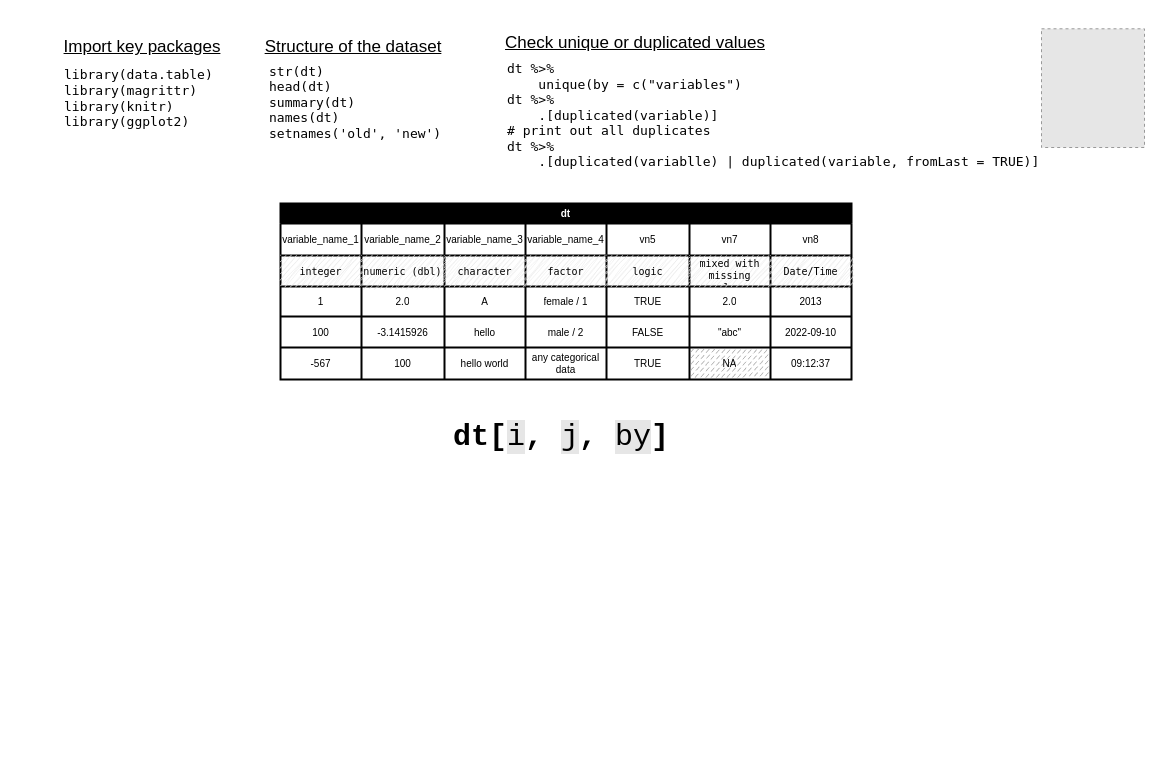
Above: page "Page-2" (1 of 2) of drawio/R-data-table-illustration.drawio in oceanumeric/data-science-go-small (draw.io), before the change. Source tidied: cells renumbered, new cells numbered last; positions are measured from the earlier drawing's top-left corner, leaving out a move shared by most shapes. Both pictures are drawn from the tidied source at 100%, with x=0, y=0 at pixel (17, 22). Pictures stored in the file or linked from it are replaced by grey dashed boxes.
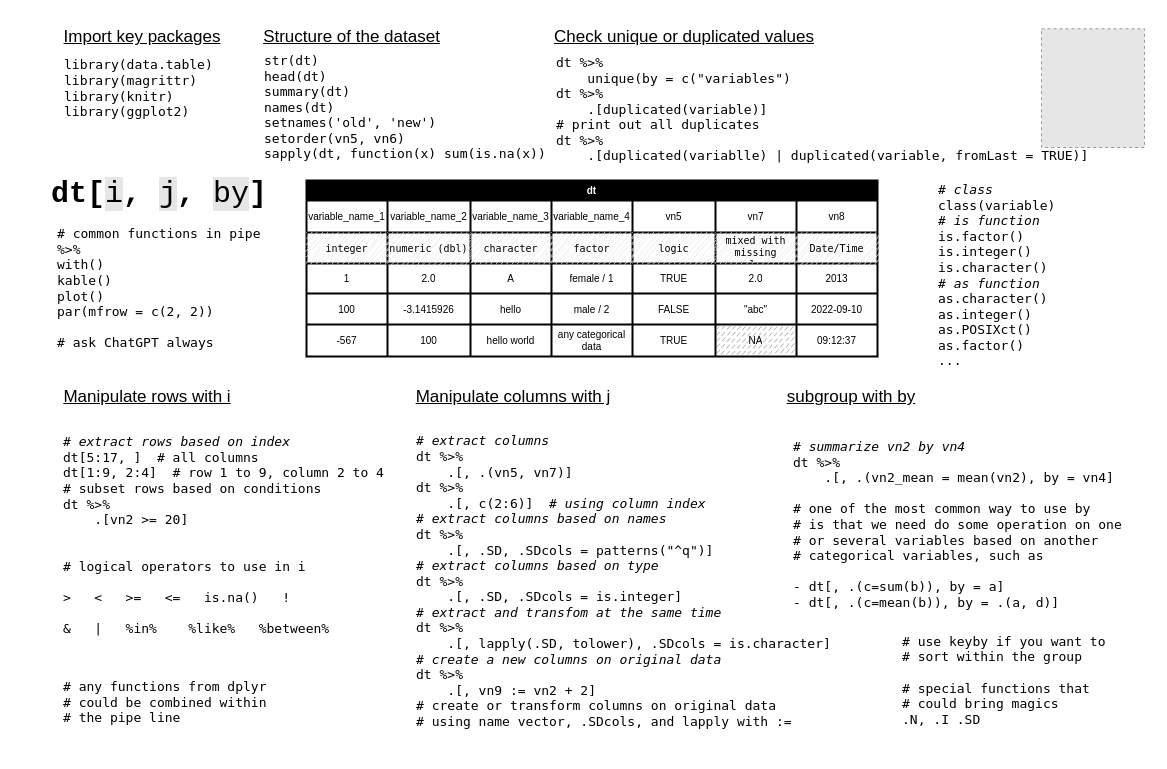
After the change.

Change to the diagram source:
```diff
@@
     <mxCell id="3" value="dt" style="shape=table;startSize=20;childLayout=tableLayout;fontStyle=1;align=center;fillStyle=auto;gradientColor=none;fillColor=#000000;swimlaneLine=1;strokeColor=#000000;fontSize=10;fontColor=#FFFFFF;strokeWidth=2;" parent="1" vertex="1">
-      <mxGeometry x="263" y="181" width="571" height="176" as="geometry" />
+      <mxGeometry x="289" y="158" width="571" height="176" as="geometry" />
     </mxCell>
@@
     <mxCell id="44" style="group;" parent="1" vertex="1">
-      <mxGeometry x="184" y="9" width="310" height="130" as="geometry" />
+      <mxGeometry x="178" y="4" width="350" height="131" as="geometry" />
     </mxCell>
     <mxCell id="45" value="Structure of the dataset" style="text;strokeColor=none;align=center;fillColor=none;html=1;verticalAlign=middle;whiteSpace=wrap;rounded=0;fontSize=17;fontColor=#000000;fontStyle=4;" parent="44" vertex="1">
-      <mxGeometry x="-3" width="310" height="31" as="geometry" />
+      <mxGeometry x="33" y="-5" width="246.6" height="31.2" as="geometry" />
     </mxCell>
-    <mxCell id="46" value="str(dt)&amp;nbsp;&lt;br style=&quot;font-size: 13px;&quot;&gt;head(dt)&lt;br style=&quot;font-size: 13px;&quot;&gt;summary(dt)&lt;br style=&quot;font-size: 13px;&quot;&gt;names(dt)&lt;br style=&quot;font-size: 13px;&quot;&gt;setnames('old', 'new')" style="text;strokeColor=none;align=left;fillColor=none;verticalAlign=middle;rounded=0;fontSize=13;fontColor=#000000;fontFamily=Lucida Console;labelBorderColor=none;labelBackgroundColor=none;whiteSpace=wrap;html=1;" parent="44" vertex="1">
-      <mxGeometry x="65.6" y="17.7" width="260.4" height="106.3" as="geometry" />
+    <mxCell id="46" value="str(dt)&amp;nbsp;&lt;br style=&quot;font-size: 13px;&quot;&gt;head(dt)&lt;br style=&quot;font-size: 13px;&quot;&gt;summary(dt)&lt;br style=&quot;font-size: 13px;&quot;&gt;names(dt)&lt;br style=&quot;font-size: 13px;&quot;&gt;setnames('old', 'new')&lt;br&gt;setorder(vn5, vn6)&lt;br&gt;sapply(dt, function(x) sum(is.na(x))" style="text;strokeColor=none;align=left;fillColor=none;verticalAlign=middle;rounded=0;fontSize=13;fontColor=#000000;fontFamily=Lucida Console;labelBorderColor=none;labelBackgroundColor=none;whiteSpace=wrap;html=1;" parent="44" vertex="1">
+      <mxGeometry x="67" y="27.2" width="294" height="107.1" as="geometry" />
     </mxCell>
     <mxCell id="47" style="group;" parent="1" vertex="1">
-      <mxGeometry x="4" y="10" width="252" height="127" as="geometry" />
+      <mxGeometry x="4" width="252" height="127" as="geometry" />
     </mxCell>
@@
-    <mxCell id="50" value="dt[&lt;span style=&quot;font-weight: normal; background-color: rgb(230, 230, 230);&quot;&gt;i&lt;/span&gt;, &lt;span style=&quot;font-weight: normal; background-color: rgb(230, 230, 230);&quot;&gt;j&lt;/span&gt;,&lt;span style=&quot;font-weight: normal;&quot;&gt; &lt;span style=&quot;background-color: rgb(230, 230, 230);&quot;&gt;by&lt;/span&gt;&lt;/span&gt;]" style="text;html=1;strokeColor=none;fillColor=none;align=left;verticalAlign=middle;whiteSpace=wrap;rounded=0;shadow=1;sketch=0;fillStyle=auto;fontSize=30;fontColor=#000000;fontFamily=Courier New;fontStyle=1;" parent="1" vertex="1">
-      <mxGeometry x="434" y="384" width="290" height="60" as="geometry" />
-    </mxCell>
     <mxCell id="51" style="group;" parent="1" vertex="1">
-      <mxGeometry x="468" y="0.5" width="570" height="147" as="geometry" />
+      <mxGeometry x="517" y="-5" width="616" height="147" as="geometry" />
     </mxCell>
@@
+    <mxCell id="54" value="Manipulate rows with i" style="text;strokeColor=none;align=center;fillColor=none;html=1;verticalAlign=middle;whiteSpace=wrap;rounded=0;fontSize=17;fontColor=#000000;fontStyle=4;" parent="1" vertex="1">
+      <mxGeometry x="35" y="355" width="190" height="40" as="geometry" />
+    </mxCell>
+    <mxCell id="55" value="&lt;i&gt;# extract rows based on index&lt;/i&gt;&lt;br&gt;dt[5:17, ]&amp;nbsp; # all columns&lt;br&gt;dt[1:9, 2:4]&amp;nbsp; # row 1 to 9, column 2 to 4&lt;br&gt;# subset rows based on conditions&lt;br&gt;dt %&amp;gt;%&lt;br&gt;&amp;nbsp; &amp;nbsp; .[vn2 &amp;gt;= 20]&lt;br&gt;&lt;br&gt;&lt;br&gt;# logical operators to use in i&lt;br&gt;&lt;br&gt;&amp;gt;&amp;nbsp; &amp;nbsp;&amp;lt;&amp;nbsp; &amp;nbsp;&amp;gt;=&amp;nbsp; &amp;nbsp;&amp;lt;=&amp;nbsp; &amp;nbsp;is.na()&amp;nbsp; &amp;nbsp;!&amp;nbsp;&lt;br&gt;&lt;br&gt;&amp;amp;&amp;nbsp; &amp;nbsp;|&amp;nbsp; &amp;nbsp;%in%&amp;nbsp; &amp;nbsp; %like%&amp;nbsp; &amp;nbsp;%between%" style="text;strokeColor=none;align=left;fillColor=none;verticalAlign=middle;rounded=0;fontSize=13;fontColor=#000000;fontFamily=Lucida Console;labelBorderColor=none;labelBackgroundColor=none;whiteSpace=wrap;html=1;" parent="1" vertex="1">
+      <mxGeometry x="44" y="408" width="379" height="210" as="geometry" />
+    </mxCell>
+    <mxCell id="56" value="subgroup with by" style="text;strokeColor=none;align=center;fillColor=none;html=1;verticalAlign=middle;whiteSpace=wrap;rounded=0;fontSize=17;fontColor=#000000;fontStyle=4;" parent="1" vertex="1">
+      <mxGeometry x="684" y="355" width="300" height="40" as="geometry" />
+    </mxCell>
+    <mxCell id="57" value="&lt;i&gt;# summarize vn2 by vn4&lt;/i&gt;&lt;br&gt;dt %&amp;gt;%&lt;br&gt;&amp;nbsp; &amp;nbsp; .[, .(vn2_mean = mean(vn2), by = vn4]&lt;br&gt;&lt;br&gt;# one of the most common way to use by&lt;br&gt;# is that we need do some operation on one # or several variables based on another&lt;br&gt;# categorical variables, such as&lt;br&gt;&lt;br&gt;- dt[, .(c=sum(b)), by = a]&lt;br&gt;- dt[, .(c=mean(b)), by = .(a, d)]&lt;br&gt;&lt;br&gt;&lt;br&gt;&lt;br&gt;&lt;br&gt;&lt;br&gt;&lt;br&gt;" style="text;strokeColor=none;align=left;fillColor=none;verticalAlign=middle;rounded=0;fontSize=13;fontColor=#000000;fontFamily=Lucida Console;labelBorderColor=none;labelBackgroundColor=none;whiteSpace=wrap;html=1;" parent="1" vertex="1">
+      <mxGeometry x="774" y="499" width="340.4" height="100" as="geometry" />
+    </mxCell>
+    <mxCell id="58" style="group;" parent="1" vertex="1">
+      <mxGeometry x="345.5" y="355" width="481.5" height="369" as="geometry" />
+    </mxCell>
+    <mxCell id="59" value="Manipulate columns with j" style="text;strokeColor=none;align=center;fillColor=none;html=1;verticalAlign=middle;whiteSpace=wrap;rounded=0;fontSize=17;fontColor=#000000;fontStyle=4;" parent="58" vertex="1">
+      <mxGeometry width="300" height="40" as="geometry" />
+    </mxCell>
+    <mxCell id="60" value="&lt;i&gt;# extract columns&lt;/i&gt;&lt;br&gt;dt %&amp;gt;%&lt;br&gt;&amp;nbsp; &amp;nbsp; .[, .(vn5, vn7)]&lt;br&gt;dt %&amp;gt;%&lt;br&gt;&amp;nbsp; &amp;nbsp; .[, c(2:6)]&amp;nbsp; &lt;i&gt;# using column index&lt;/i&gt;&lt;br&gt;&lt;i&gt;# extract columns based on names&lt;/i&gt;&lt;br&gt;dt %&amp;gt;%&lt;br&gt;&amp;nbsp; &amp;nbsp; .[, .SD, .SDcols = patterns(&quot;^q&quot;)]&lt;br&gt;&lt;i&gt;# extract columns based on type&lt;/i&gt;&lt;br&gt;dt %&amp;gt;%&lt;br&gt;&amp;nbsp; &amp;nbsp; .[, .SD, .SDcols = is.integer]&lt;br&gt;&lt;i&gt;# extract and transfom at the same time&lt;/i&gt;&lt;br&gt;dt %&amp;gt;%&lt;br&gt;&amp;nbsp; &amp;nbsp; .[, lapply(.SD, tolower), .SDcols = is.character]&amp;nbsp;&lt;br&gt;&lt;i&gt;# create a new columns on original data&lt;/i&gt;&lt;br&gt;dt %&amp;gt;%&lt;br&gt;&amp;nbsp; &amp;nbsp; .[, vn9 := vn2 + 2]&lt;br&gt;# create or transform columns on original data&lt;br&gt;# using name vector, .SDcols, and lapply with :=&amp;nbsp;" style="text;strokeColor=none;align=left;fillColor=none;verticalAlign=middle;rounded=0;fontSize=13;fontColor=#000000;fontFamily=Lucida Console;labelBorderColor=none;labelBackgroundColor=none;html=1;spacing=2;whiteSpace=wrap;" parent="58" vertex="1">
+      <mxGeometry x="51.5" y="39" width="430" height="330" as="geometry" />
+    </mxCell>
+    <mxCell id="61" value="&lt;i&gt;# class&lt;/i&gt;&lt;br&gt;class(variable)&lt;br&gt;&lt;i&gt;# is function&lt;/i&gt;&lt;br&gt;is.factor()&lt;br&gt;is.integer()&lt;br&gt;is.character()&lt;br&gt;&lt;i&gt;# as function&lt;/i&gt;&lt;br&gt;as.character()&lt;br&gt;as.integer()&lt;br&gt;as.POSIXct()&lt;br&gt;as.factor()&lt;br&gt;..." style="text;strokeColor=none;align=left;fillColor=none;verticalAlign=middle;rounded=0;fontSize=13;fontColor=#000000;fontFamily=Lucida Console;labelBorderColor=none;labelBackgroundColor=none;whiteSpace=wrap;html=1;" parent="1" vertex="1">
+      <mxGeometry x="919" y="200" width="130" height="106.3" as="geometry" />
+    </mxCell>
+    <mxCell id="50" value="dt[&lt;span style=&quot;font-weight: normal; background-color: rgb(230, 230, 230);&quot;&gt;i&lt;/span&gt;, &lt;span style=&quot;font-weight: normal; background-color: rgb(230, 230, 230);&quot;&gt;j&lt;/span&gt;,&lt;span style=&quot;font-weight: normal;&quot;&gt; &lt;span style=&quot;background-color: rgb(230, 230, 230);&quot;&gt;by&lt;/span&gt;&lt;/span&gt;]" style="text;html=1;strokeColor=none;fillColor=none;align=left;verticalAlign=middle;whiteSpace=wrap;rounded=0;shadow=1;sketch=0;fillStyle=auto;fontSize=30;fontColor=#000000;fontFamily=Courier New;fontStyle=1;" parent="1" vertex="1">
+      <mxGeometry x="32" y="142" width="248" height="58" as="geometry" />
+    </mxCell>
+    <mxCell id="62" value="# common functions in pipe&lt;br&gt;%&amp;gt;%&lt;br&gt;with()&lt;br&gt;kable()&lt;br&gt;plot()&lt;br&gt;par(mfrow = c(2, 2))&lt;br&gt;&lt;br&gt;# ask ChatGPT always" style="text;strokeColor=none;align=left;fillColor=none;verticalAlign=middle;rounded=0;fontSize=13;fontColor=#000000;fontFamily=Lucida Console;labelBorderColor=none;labelBackgroundColor=none;whiteSpace=wrap;html=1;" parent="1" vertex="1">
+      <mxGeometry x="38" y="214" width="210" height="103" as="geometry" />
+    </mxCell>
+    <mxCell id="63" value="# use keyby if you want to&lt;br&gt;# sort within the group&lt;br&gt;&lt;br&gt;# special functions that&lt;br&gt;# could bring magics&lt;br&gt;.N, .I .SD" style="text;strokeColor=none;align=left;fillColor=none;verticalAlign=middle;rounded=0;fontSize=13;fontColor=#000000;fontFamily=Lucida Console;labelBorderColor=none;labelBackgroundColor=none;whiteSpace=wrap;html=1;" parent="1" vertex="1">
+      <mxGeometry x="883.4" y="618" width="231" height="80" as="geometry" />
+    </mxCell>
+    <mxCell id="64" value="# any functions from dplyr&lt;br&gt;# could be combined within&lt;br&gt;# the pipe line&amp;nbsp;" style="text;strokeColor=none;align=left;fillColor=none;verticalAlign=middle;rounded=0;fontSize=13;fontColor=#000000;fontFamily=Lucida Console;labelBorderColor=none;labelBackgroundColor=none;whiteSpace=wrap;html=1;" parent="1" vertex="1">
+      <mxGeometry x="44" y="630" width="288" height="100" as="geometry" />
+    </mxCell>
```
